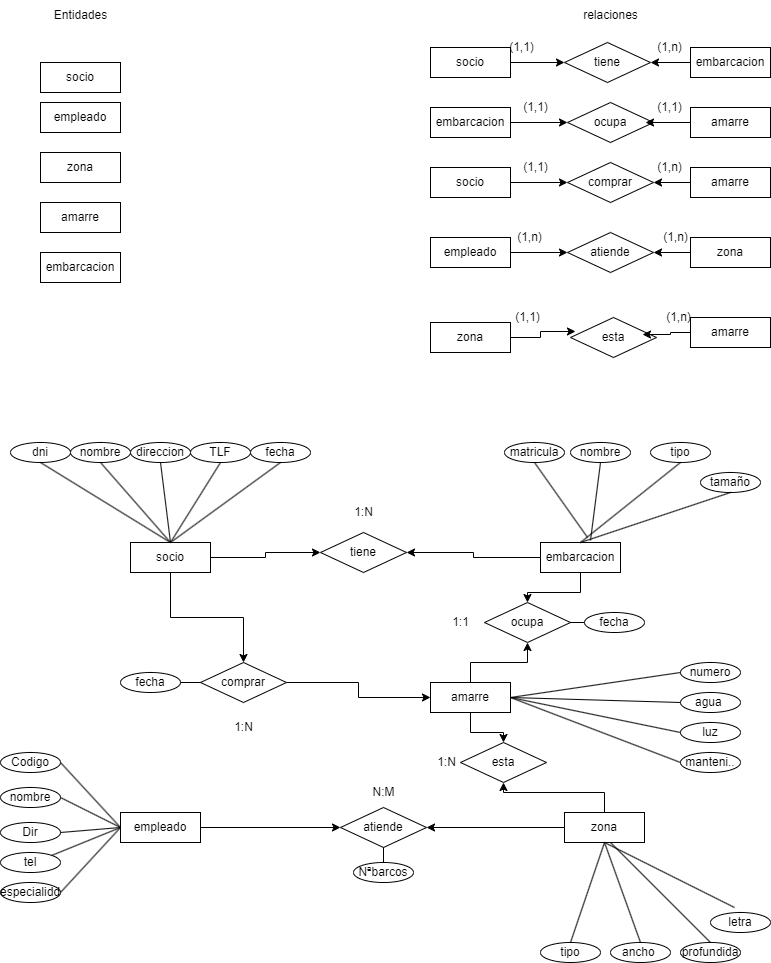
adogonz23/BAE keeps this draw.io diagram as Tarea2_E7.png. Above is the earlier version. Source tidied: cells renumbered, new cells last; positions are measured from the earlier drawing's top-left corner, leaving out a move shared by most shapes.
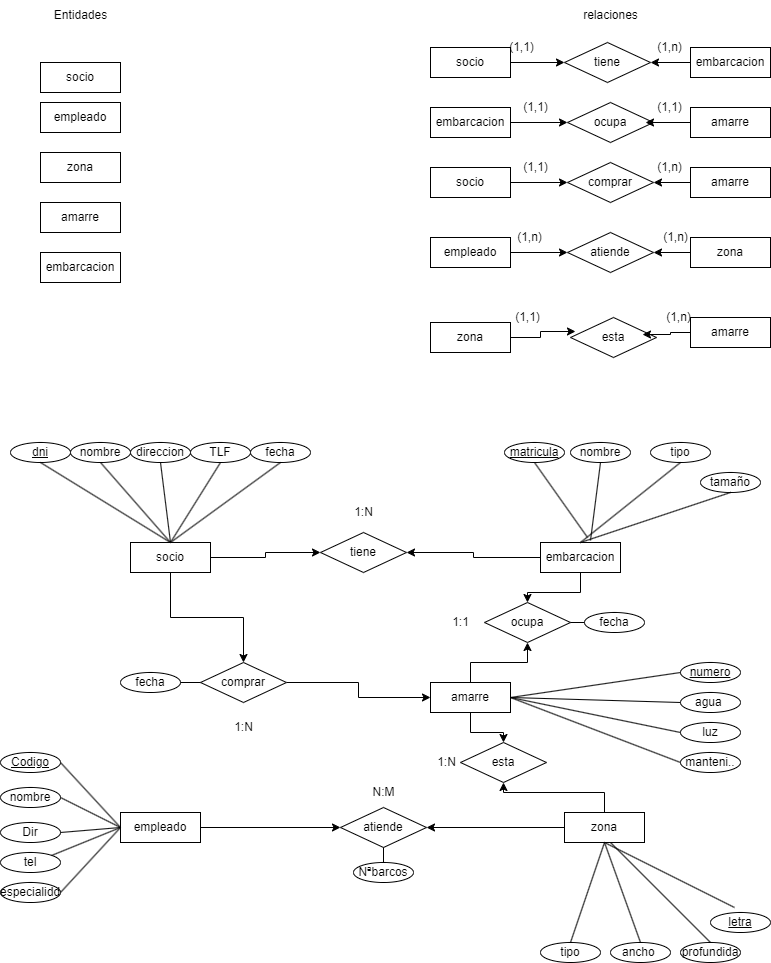
Above is the later version.

Diff of the diagram source:
```diff
@@ -160,7 +160,7 @@
     <mxCell id="52" value="nombre" style="ellipse;whiteSpace=wrap;html=1;" parent="1" vertex="1">
       <mxGeometry x="70" y="442" width="60" height="20" as="geometry" />
     </mxCell>
-    <mxCell id="53" value="dni" style="ellipse;whiteSpace=wrap;html=1;" parent="1" vertex="1">
+    <mxCell id="53" value="&lt;u&gt;dni&lt;/u&gt;" style="ellipse;whiteSpace=wrap;html=1;" parent="1" vertex="1">
       <mxGeometry x="10" y="442" width="60" height="20" as="geometry" />
     </mxCell>
     <mxCell id="54" value="direccion" style="ellipse;whiteSpace=wrap;html=1;" parent="1" vertex="1">
@@ -169,7 +169,7 @@
     <mxCell id="55" value="fecha" style="ellipse;whiteSpace=wrap;html=1;" parent="1" vertex="1">
       <mxGeometry x="250" y="442" width="60" height="20" as="geometry" />
     </mxCell>
-    <mxCell id="56" value="matricula" style="ellipse;whiteSpace=wrap;html=1;" parent="1" vertex="1">
+    <mxCell id="56" value="&lt;u&gt;matricula&lt;/u&gt;" style="ellipse;whiteSpace=wrap;html=1;" parent="1" vertex="1">
       <mxGeometry x="504" y="442" width="60" height="20" as="geometry" />
     </mxCell>
     <mxCell id="57" value="nombre" style="ellipse;whiteSpace=wrap;html=1;" parent="1" vertex="1">
@@ -181,7 +181,7 @@
     <mxCell id="59" value="tamaño" style="ellipse;whiteSpace=wrap;html=1;" parent="1" vertex="1">
       <mxGeometry x="700" y="472" width="60" height="20" as="geometry" />
     </mxCell>
-    <mxCell id="60" value="numero" style="ellipse;whiteSpace=wrap;html=1;" parent="1" vertex="1">
+    <mxCell id="60" value="&lt;u&gt;numero&lt;/u&gt;" style="ellipse;whiteSpace=wrap;html=1;" parent="1" vertex="1">
       <mxGeometry x="680" y="662" width="60" height="20" as="geometry" />
     </mxCell>
     <mxCell id="61" value="agua&amp;nbsp;" style="ellipse;whiteSpace=wrap;html=1;" parent="1" vertex="1">
@@ -202,7 +202,7 @@
     <mxCell id="66" value="profundida" style="ellipse;whiteSpace=wrap;html=1;" parent="1" vertex="1">
       <mxGeometry x="680" y="942" width="60" height="20" as="geometry" />
     </mxCell>
-    <mxCell id="67" value="letra" style="ellipse;whiteSpace=wrap;html=1;" parent="1" vertex="1">
+    <mxCell id="67" value="&lt;u&gt;letra&lt;/u&gt;" style="ellipse;whiteSpace=wrap;html=1;" parent="1" vertex="1">
       <mxGeometry x="710" y="912" width="60" height="20" as="geometry" />
     </mxCell>
     <mxCell id="68" value="nombre" style="ellipse;whiteSpace=wrap;html=1;" parent="1" vertex="1">
@@ -220,7 +220,7 @@
     <mxCell id="72" style="edgeStyle=orthogonalEdgeStyle;rounded=0;orthogonalLoop=1;jettySize=auto;html=1;exitX=0.5;exitY=1;exitDx=0;exitDy=0;" parent="1" edge="1" source="69" target="69">
       <mxGeometry relative="1" as="geometry" />
     </mxCell>
-    <mxCell id="73" value="Codigo" style="ellipse;whiteSpace=wrap;html=1;" parent="1" vertex="1">
+    <mxCell id="73" value="&lt;u&gt;Codigo&lt;/u&gt;" style="ellipse;whiteSpace=wrap;html=1;" parent="1" vertex="1">
       <mxGeometry y="752" width="60" height="20" as="geometry" />
     </mxCell>
     <mxCell id="74" value="Nªbarcos" style="ellipse;whiteSpace=wrap;html=1;" parent="1" vertex="1">
```
